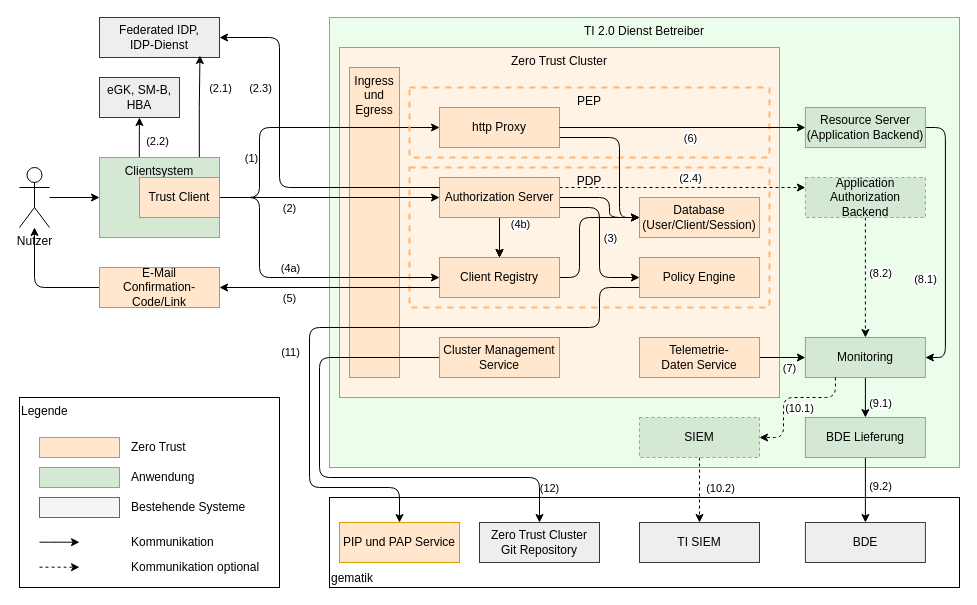
Above: src/drawio/Zero-Trust_Architektur.drawio in gematik/spec-t20r (draw.io), before the change. Source tidied: cells renumbered, new cells numbered last; positions are measured from the earlier drawing's top-left corner, leaving out a move shared by most shapes. Both pictures are drawn from the tidied source at 100%, with x=0, y=0 at pixel (19, 17).
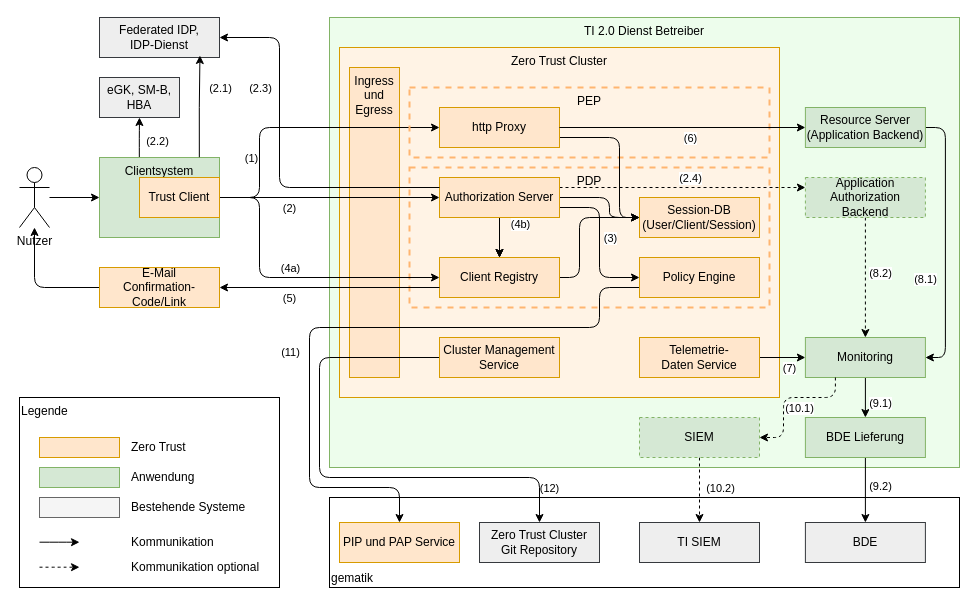
The same diagram, later.

What changed in the source:
```diff
@@
-    <mxCell id="87" value="Database&lt;div&gt;(User/Client/Session)&lt;/div&gt;" style="rounded=0;whiteSpace=wrap;html=1;fillColor=#ffe6cc;strokeColor=#d79b00;" parent="1" vertex="1">
+    <mxCell id="87" value="Session-DB&lt;div&gt;(User/Client/Session)&lt;/div&gt;" style="rounded=0;whiteSpace=wrap;html=1;fillColor=#ffe6cc;strokeColor=#d79b00;" parent="1" vertex="1">
       <mxGeometry x="620" y="180" width="120" height="40" as="geometry" />
     </mxCell>
```
